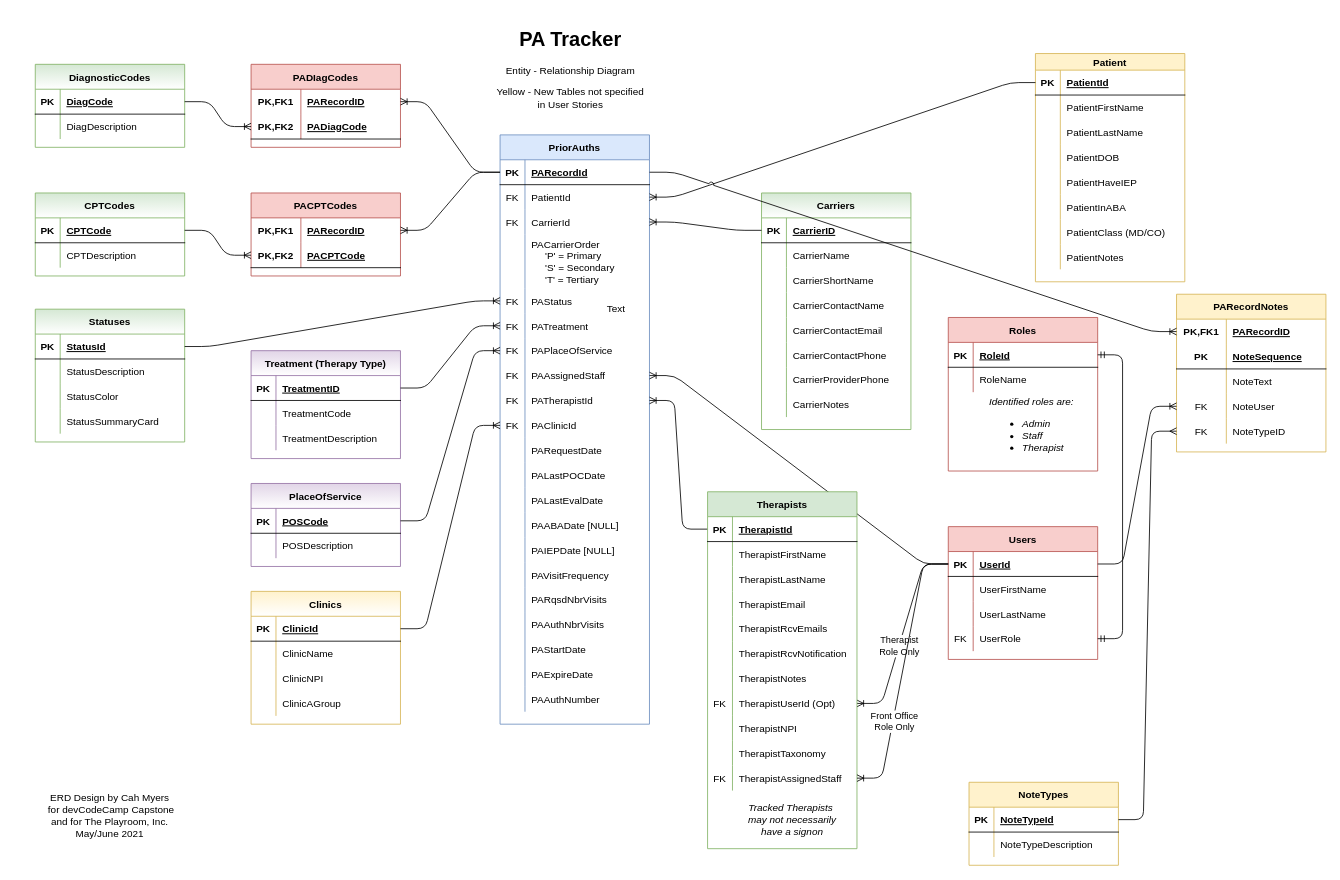
Above: PA_Tracker_Db.drawio in cashmy/PA_Backend (draw.io), before the change. Source tidied: cells renumbered, new cells numbered last; positions are measured from the earlier drawing's top-left corner, leaving out a move shared by most shapes. Both pictures are drawn from the tidied source at 83%, with x=0, y=0 at pixel (14, 22).
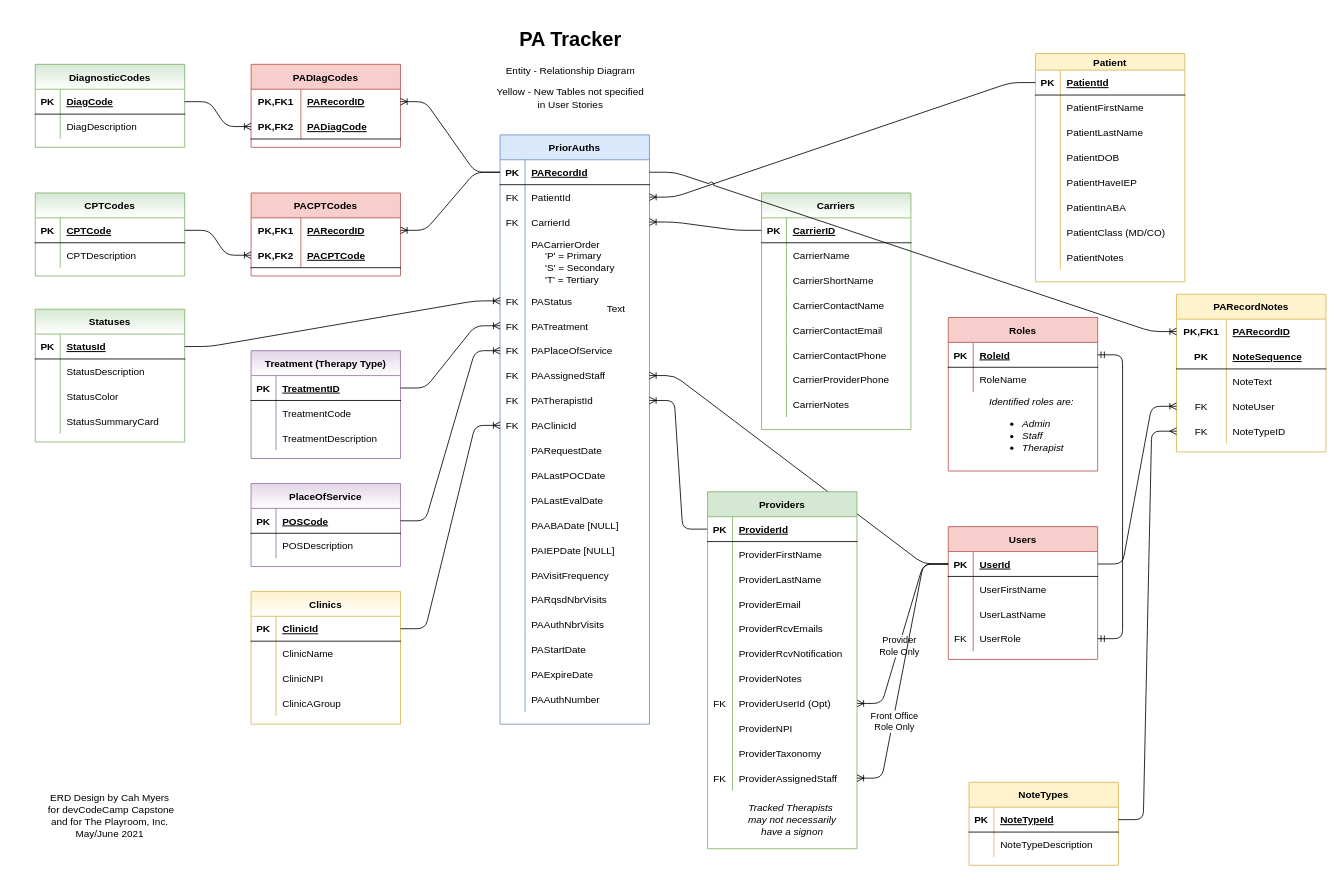
Above is the later version.

Commit message:
Rename Therapist to Provider

Unchanged cells that the change refers to:
```xml
<mxCell id="221" style="edgeStyle=entityRelationEdgeStyle;fontSize=12;html=1;endArrow=ERoneToMany;exitX=0;exitY=0.5;exitDx=0;exitDy=0;entryX=1;entryY=0.5;entryDx=0;entryDy=0;" parent="1" edge="1" source="97" target="245">
  <mxGeometry relative="1" as="geometry" />
</mxCell>
<mxCell id="224" style="shape=partialRectangle;fillColor=none;top=0;left=0;bottom=1;right=0;points=[[0,0.5],[1,0.5]];portConstraint=eastwest;" parent="223" vertex="1">
  <mxGeometry y="30" width="180" height="30" as="geometry" />
</mxCell>
<mxCell id="227" style="shape=partialRectangle;fillColor=none;top=0;left=0;bottom=0;right=0;" parent="223" vertex="1">
  <mxGeometry y="60" width="180" height="30" as="geometry" />
</mxCell>
<mxCell id="230" style="shape=partialRectangle;fillColor=none;top=0;left=0;bottom=0;right=0;" parent="223" vertex="1">
  <mxGeometry y="90" width="180" height="30" as="geometry" />
</mxCell>
<mxCell id="233" style="shape=partialRectangle;fillColor=none;top=0;left=0;bottom=0;right=0;" parent="223" vertex="1">
  <mxGeometry y="120" width="180" height="30" as="geometry" />
</mxCell>
<mxCell id="236" style="shape=partialRectangle;fillColor=none;top=0;left=0;bottom=0;right=0;" parent="223" vertex="1">
  <mxGeometry y="150" width="180" height="30" as="geometry" />
</mxCell>
<mxCell id="239" style="shape=partialRectangle;fillColor=none;top=0;left=0;bottom=0;right=0;" parent="223" vertex="1">
  <mxGeometry y="180" width="180" height="30" as="geometry" />
</mxCell>
<mxCell id="242" style="shape=partialRectangle;fillColor=none;top=0;left=0;bottom=0;right=0;" parent="223" vertex="1">
  <mxGeometry y="210" width="180" height="30" as="geometry" />
</mxCell>
<mxCell id="245" style="shape=partialRectangle;fillColor=none;top=0;left=0;bottom=0;right=0;points=[[0,0.5],[1,0.5]];portConstraint=eastwest;" parent="223" vertex="1">
  <mxGeometry y="240" width="180" height="30" as="geometry" />
</mxCell>
<mxCell id="248" style="shape=partialRectangle;fillColor=none;top=0;left=0;bottom=0;right=0;" parent="223" vertex="1">
  <mxGeometry y="270" width="180" height="30" as="geometry" />
</mxCell>
<mxCell id="251" style="shape=partialRectangle;fillColor=none;top=0;left=0;bottom=0;right=0;" parent="223" vertex="1">
  <mxGeometry y="300" width="180" height="30" as="geometry" />
</mxCell>
<mxCell id="254" style="shape=partialRectangle;fillColor=none;top=0;left=0;bottom=0;right=0;points=[[0,0.5],[1,0.5]];portConstraint=eastwest;" parent="223" vertex="1">
  <mxGeometry y="330" width="180" height="30" as="geometry" />
</mxCell>
```

The edit, as a diff of the source:
```diff
@@
-    <mxCell id="222" value="Therapist&lt;br&gt;Role Only" style="edgeLabel;html=1;align=center;verticalAlign=middle;" parent="221" vertex="1">
+    <mxCell id="222" value="Provider&lt;br&gt;Role Only" style="edgeLabel;html=1;align=center;verticalAlign=middle;" parent="221" vertex="1">
       <mxGeometry x="0.12" y="1" relative="1" as="geometry">
         <mxPoint x="-1" as="offset" />
       </mxGeometry>
     </mxCell>
-    <mxCell id="223" value="Therapists" style="shape=table;startSize=30;childLayout=tableLayout;rowLines=0;fontStyle=1;align=center;fillColor=#d5e8d4;strokeColor=#82b366;" parent="1" vertex="1">
+    <mxCell id="223" value="Providers" style="shape=table;startSize=30;childLayout=tableLayout;rowLines=0;fontStyle=1;align=center;fillColor=#d5e8d4;strokeColor=#82b366;" parent="1" vertex="1">
       <mxGeometry x="835" y="565" width="180" height="430" as="geometry" />
     </mxCell>
@@
-    <mxCell id="226" value="TherapistId" style="shape=partialRectangle;fillColor=none;top=0;left=0;bottom=0;right=0;align=left;spacingLeft=6;fontStyle=5;overflow=hidden;" parent="224" vertex="1">
+    <mxCell id="226" value="ProviderId" style="shape=partialRectangle;fillColor=none;top=0;left=0;bottom=0;right=0;align=left;spacingLeft=6;fontStyle=5;overflow=hidden;" parent="224" vertex="1">
       <mxGeometry x="30" width="150" height="30" as="geometry" />
     </mxCell>
@@
-    <mxCell id="229" value="TherapistFirstName" style="shape=partialRectangle;fillColor=none;top=0;left=0;bottom=0;right=0;align=left;spacingLeft=6;overflow=hidden;" parent="227" vertex="1">
+    <mxCell id="229" value="ProviderFirstName" style="shape=partialRectangle;fillColor=none;top=0;left=0;bottom=0;right=0;align=left;spacingLeft=6;overflow=hidden;" parent="227" vertex="1">
       <mxGeometry x="30" width="150" height="30" as="geometry" />
     </mxCell>
@@
-    <mxCell id="232" value="TherapistLastName" style="shape=partialRectangle;fillColor=none;top=0;left=0;bottom=0;right=0;align=left;spacingLeft=6;overflow=hidden;" parent="230" vertex="1">
+    <mxCell id="232" value="ProviderLastName" style="shape=partialRectangle;fillColor=none;top=0;left=0;bottom=0;right=0;align=left;spacingLeft=6;overflow=hidden;" parent="230" vertex="1">
       <mxGeometry x="30" width="150" height="30" as="geometry" />
     </mxCell>
@@
-    <mxCell id="235" value="TherapistEmail" style="shape=partialRectangle;fillColor=none;top=0;left=0;bottom=0;right=0;align=left;spacingLeft=6;overflow=hidden;" parent="233" vertex="1">
+    <mxCell id="235" value="ProviderEmail" style="shape=partialRectangle;fillColor=none;top=0;left=0;bottom=0;right=0;align=left;spacingLeft=6;overflow=hidden;" parent="233" vertex="1">
       <mxGeometry x="30" width="150" height="30" as="geometry" />
     </mxCell>
@@
-    <mxCell id="238" value="TherapistRcvEmails" style="shape=partialRectangle;fillColor=none;top=0;left=0;bottom=0;right=0;align=left;spacingLeft=6;overflow=hidden;" parent="236" vertex="1">
+    <mxCell id="238" value="ProviderRcvEmails" style="shape=partialRectangle;fillColor=none;top=0;left=0;bottom=0;right=0;align=left;spacingLeft=6;overflow=hidden;" parent="236" vertex="1">
       <mxGeometry x="30" width="150" height="30" as="geometry" />
     </mxCell>
@@
-    <mxCell id="241" value="TherapistRcvNotification" style="shape=partialRectangle;fillColor=none;top=0;left=0;bottom=0;right=0;align=left;spacingLeft=6;overflow=hidden;" parent="239" vertex="1">
+    <mxCell id="241" value="ProviderRcvNotification" style="shape=partialRectangle;fillColor=none;top=0;left=0;bottom=0;right=0;align=left;spacingLeft=6;overflow=hidden;" parent="239" vertex="1">
       <mxGeometry x="30" width="150" height="30" as="geometry" />
     </mxCell>
@@
-    <mxCell id="244" value="TherapistNotes" style="shape=partialRectangle;fillColor=none;top=0;left=0;bottom=0;right=0;align=left;spacingLeft=6;overflow=hidden;" parent="242" vertex="1">
+    <mxCell id="244" value="ProviderNotes" style="shape=partialRectangle;fillColor=none;top=0;left=0;bottom=0;right=0;align=left;spacingLeft=6;overflow=hidden;" parent="242" vertex="1">
       <mxGeometry x="30" width="150" height="30" as="geometry" />
     </mxCell>
@@
-    <mxCell id="247" value="TherapistUserId (Opt)" style="shape=partialRectangle;fillColor=none;top=0;left=0;bottom=0;right=0;align=left;spacingLeft=6;overflow=hidden;" parent="245" vertex="1">
+    <mxCell id="247" value="ProviderUserId (Opt)" style="shape=partialRectangle;fillColor=none;top=0;left=0;bottom=0;right=0;align=left;spacingLeft=6;overflow=hidden;" parent="245" vertex="1">
       <mxGeometry x="30" width="150" height="30" as="geometry" />
     </mxCell>
@@
-    <mxCell id="250" value="TherapistNPI" style="shape=partialRectangle;fillColor=none;top=0;left=0;bottom=0;right=0;align=left;spacingLeft=6;overflow=hidden;" parent="248" vertex="1">
+    <mxCell id="250" value="ProviderNPI" style="shape=partialRectangle;fillColor=none;top=0;left=0;bottom=0;right=0;align=left;spacingLeft=6;overflow=hidden;" parent="248" vertex="1">
       <mxGeometry x="30" width="150" height="30" as="geometry" />
     </mxCell>
@@
-    <mxCell id="253" value="TherapistTaxonomy" style="shape=partialRectangle;fillColor=none;top=0;left=0;bottom=0;right=0;align=left;spacingLeft=6;overflow=hidden;" parent="251" vertex="1">
+    <mxCell id="253" value="ProviderTaxonomy" style="shape=partialRectangle;fillColor=none;top=0;left=0;bottom=0;right=0;align=left;spacingLeft=6;overflow=hidden;" parent="251" vertex="1">
       <mxGeometry x="30" width="150" height="30" as="geometry" />
     </mxCell>
@@
-    <mxCell id="256" value="TherapistAssignedStaff" style="shape=partialRectangle;fillColor=none;top=0;left=0;bottom=0;right=0;align=left;spacingLeft=6;overflow=hidden;" parent="254" vertex="1">
+    <mxCell id="256" value="ProviderAssignedStaff" style="shape=partialRectangle;fillColor=none;top=0;left=0;bottom=0;right=0;align=left;spacingLeft=6;overflow=hidden;" parent="254" vertex="1">
       <mxGeometry x="30" width="150" height="30" as="geometry" />
     </mxCell>
```
